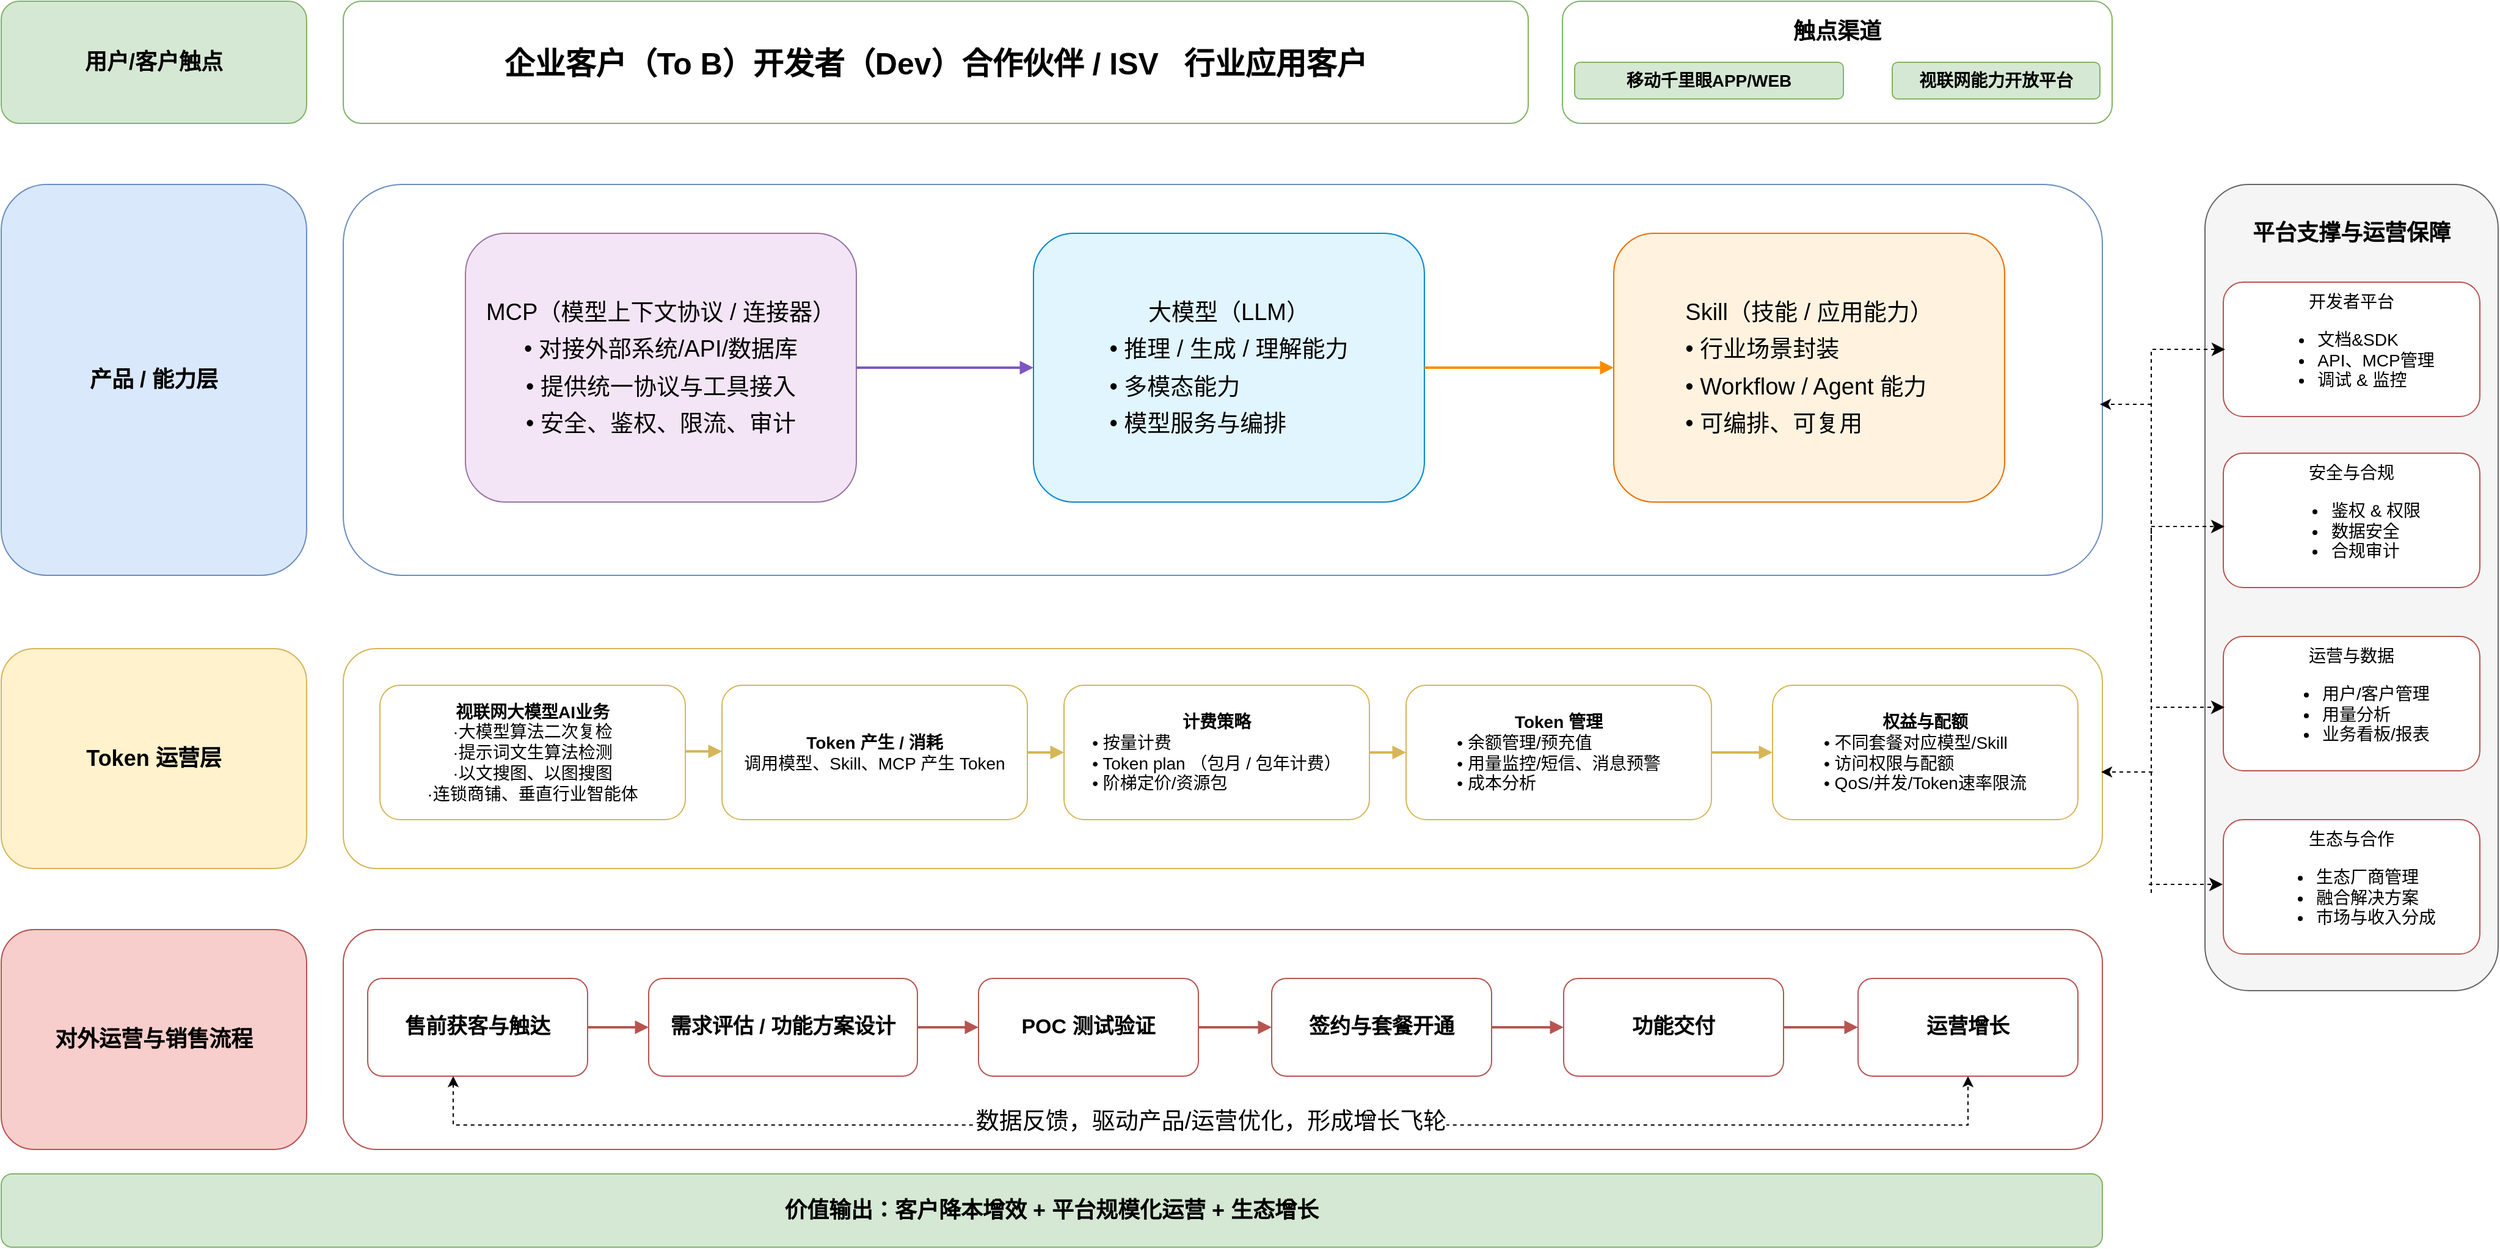
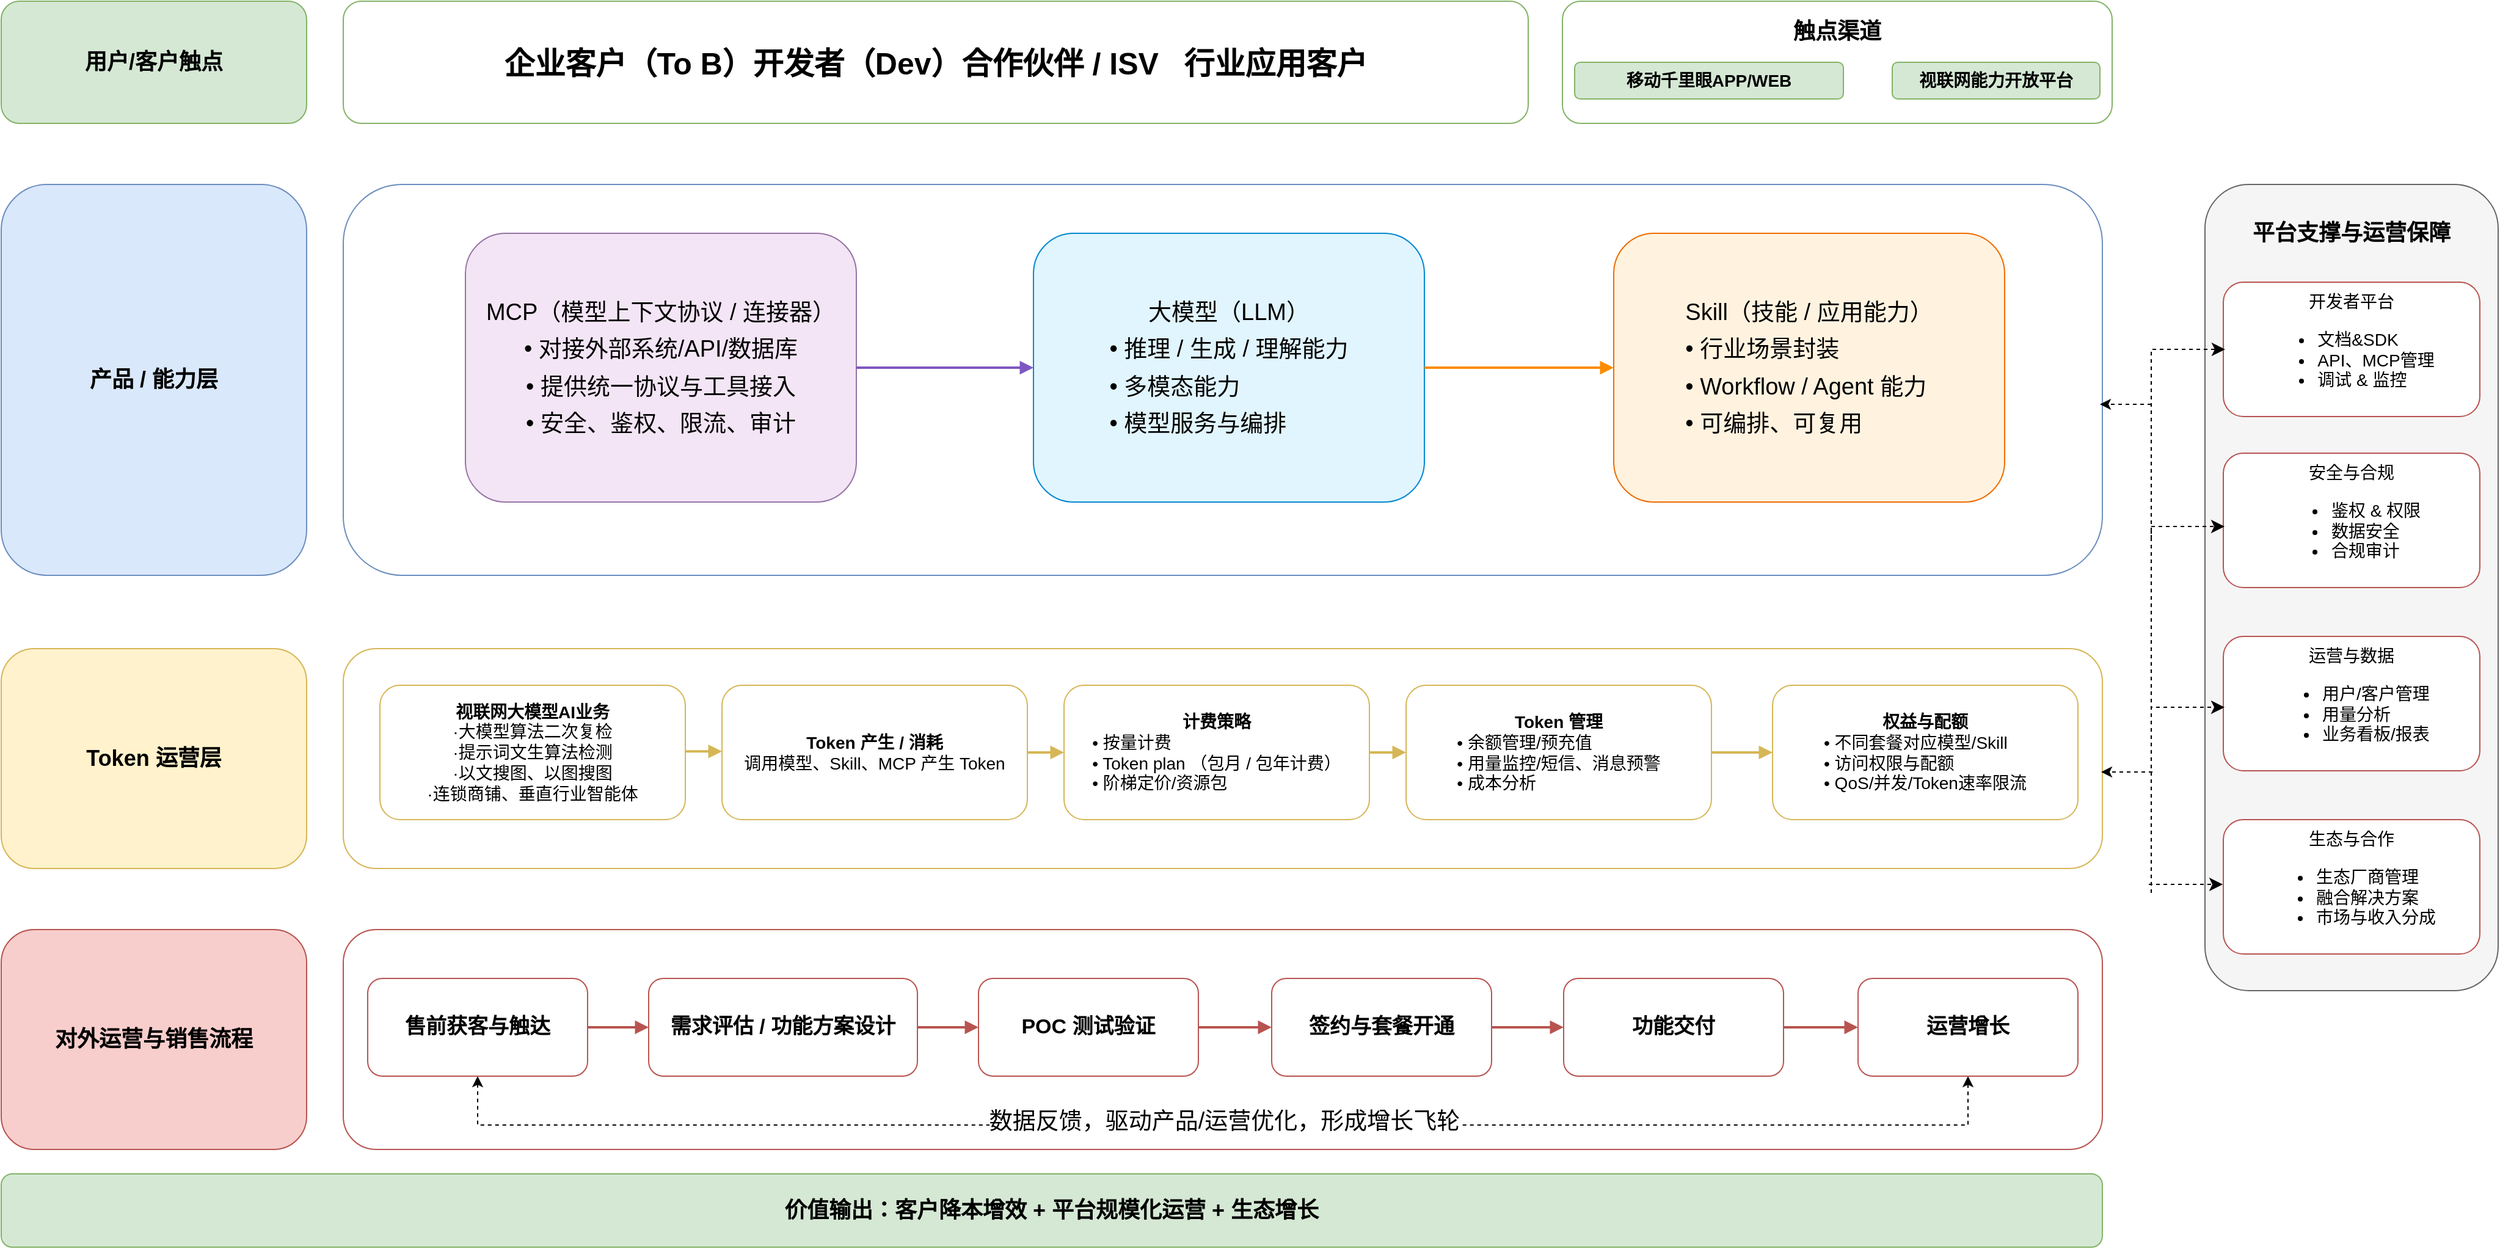
<mxfile host="app.diagrams.net">
  <diagram name="MCP大模型商务流转" id="UDxM76cfVOR6D9ppdF73">
-     <mxGraphModel dx="1612" dy="1075" grid="1" gridSize="10" guides="1" tooltips="1" connect="1" arrows="1" fold="1" page="1" pageScale="1" pageWidth="827" pageHeight="1169" math="0" shadow="0">
+     <mxGraphModel dx="1289" dy="860" grid="1" gridSize="10" guides="1" tooltips="1" connect="1" arrows="1" fold="1" page="1" pageScale="1" pageWidth="827" pageHeight="1169" math="0" shadow="0">
      <root>
        <mxCell id="0" />
        <mxCell id="1" parent="0" />
        <mxCell id="VZcFJSxwiNmP-2cIDY44-40" parent="1" style="rounded=1;whiteSpace=wrap;html=1;fillColor=#ffffff;strokeColor=#82b366;fontSize=15;" value="" vertex="1">
          <mxGeometry height="100" width="450" x="1318" y="90" as="geometry" />
        </mxCell>
        <mxCell id="VZcFJSxwiNmP-2cIDY44-36" parent="1" style="rounded=1;whiteSpace=wrap;html=1;fillColor=none;strokeColor=#6c8ebf;fontSize=18;fontStyle=1;" value="" vertex="1">
          <mxGeometry height="320" width="1440" x="320" y="240" as="geometry" />
        </mxCell>
        <mxCell id="VZcFJSxwiNmP-2cIDY44-37" parent="1" style="rounded=1;whiteSpace=wrap;html=1;fillColor=none;strokeColor=#d6b656;fontSize=18;fontStyle=1;" value="" vertex="1">
          <mxGeometry height="180" width="1440" x="320" y="620" as="geometry" />
        </mxCell>
        <mxCell id="VZcFJSxwiNmP-2cIDY44-38" parent="1" style="rounded=1;whiteSpace=wrap;html=1;fillColor=none;strokeColor=#b85450;fontSize=18;fontStyle=1;" value="" vertex="1">
          <mxGeometry height="180" width="1440" x="320" y="850" as="geometry" />
        </mxCell>
        <mxCell id="VZcFJSxwiNmP-2cIDY44-2" parent="1" style="rounded=1;whiteSpace=wrap;html=1;fillColor=#d5e8d4;strokeColor=#82b366;fontSize=18;fontStyle=1;" value="用户/客户触点" vertex="1">
          <mxGeometry height="100" width="250" x="40" y="90" as="geometry" />
        </mxCell>
        <mxCell id="VZcFJSxwiNmP-2cIDY44-3" parent="1" style="rounded=1;whiteSpace=wrap;html=1;fillColor=#ffffff;strokeColor=#82b366;fontSize=15;" value="&lt;b&gt;&lt;font style=&quot;font-size: 25px;&quot;&gt;企业客户（To B）开发者（Dev）合作伙伴 / ISV&amp;nbsp; &amp;nbsp;行业应用客户&lt;/font&gt;&lt;/b&gt;" vertex="1">
          <mxGeometry height="100" width="970" x="320" y="90" as="geometry" />
        </mxCell>
        <mxCell id="VZcFJSxwiNmP-2cIDY44-4" parent="1" style="rounded=1;whiteSpace=wrap;html=1;fillColor=#dae8fc;strokeColor=#6c8ebf;fontSize=18;fontStyle=1;" value="产品 / 能力层" vertex="1">
          <mxGeometry height="320" width="250" x="40" y="240" as="geometry" />
        </mxCell>
        <mxCell id="VZcFJSxwiNmP-2cIDY44-5" parent="1" style="rounded=1;whiteSpace=wrap;html=1;fillColor=#f3e5f5;strokeColor=#9673a6;fontSize=19;" value="&lt;div style=&quot;line-height: 160%;&quot;&gt;MCP（模型上下文协议 / 连接器）&lt;br&gt;• 对接外部系统/API/数据库&lt;br&gt;• 提供统一协议与工具接入&lt;br&gt;• 安全、鉴权、限流、审计&lt;/div&gt;" vertex="1">
          <mxGeometry height="220" width="320" x="420" y="280" as="geometry" />
        </mxCell>
        <mxCell id="VZcFJSxwiNmP-2cIDY44-6" parent="1" style="rounded=1;whiteSpace=wrap;html=1;fillColor=#e1f5fe;strokeColor=#0288d1;fontSize=19;" value="&lt;div style=&quot;line-height: 160%;&quot;&gt;大模型（LLM）&lt;br&gt;&lt;div style=&quot;text-align: left;&quot;&gt;&lt;span style=&quot;background-color: transparent; color: light-dark(rgb(0, 0, 0), rgb(255, 255, 255));&quot;&gt;• 推理 / 生成 / 理解能力&lt;/span&gt;&lt;/div&gt;&lt;div style=&quot;text-align: left;&quot;&gt;&lt;span style=&quot;background-color: transparent; color: light-dark(rgb(0, 0, 0), rgb(255, 255, 255));&quot;&gt;• 多模态能力&lt;/span&gt;&lt;/div&gt;&lt;div style=&quot;text-align: left;&quot;&gt;&lt;span style=&quot;background-color: transparent; color: light-dark(rgb(0, 0, 0), rgb(255, 255, 255));&quot;&gt;• 模型服务与编排&lt;/span&gt;&lt;/div&gt;&lt;/div&gt;" vertex="1">
          <mxGeometry height="220" width="320" x="885" y="280" as="geometry" />
        </mxCell>
        <mxCell id="VZcFJSxwiNmP-2cIDY44-7" parent="1" style="rounded=1;whiteSpace=wrap;html=1;fillColor=#fff3e0;strokeColor=#ef6c00;fontSize=19;" value="&lt;div style=&quot;line-height: 160%;&quot;&gt;Skill（技能 / 应用能力）&lt;br&gt;&lt;div style=&quot;text-align: left;&quot;&gt;&lt;span style=&quot;background-color: transparent; color: light-dark(rgb(0, 0, 0), rgb(255, 255, 255));&quot;&gt;• 行业场景封装&lt;/span&gt;&lt;/div&gt;&lt;div style=&quot;text-align: left;&quot;&gt;&lt;span style=&quot;background-color: transparent; color: light-dark(rgb(0, 0, 0), rgb(255, 255, 255));&quot;&gt;• Workflow / Agent 能力&lt;/span&gt;&lt;/div&gt;&lt;div style=&quot;text-align: left;&quot;&gt;&lt;span style=&quot;background-color: transparent; color: light-dark(rgb(0, 0, 0), rgb(255, 255, 255));&quot;&gt;• 可编排、可复用&lt;/span&gt;&lt;/div&gt;&lt;/div&gt;" vertex="1">
          <mxGeometry height="220" width="320" x="1360" y="280" as="geometry" />
        </mxCell>
        <mxCell id="VZcFJSxwiNmP-2cIDY44-8" edge="1" parent="1" source="VZcFJSxwiNmP-2cIDY44-5" style="endArrow=block;strokeWidth=2;strokeColor=#7e57c2;" target="VZcFJSxwiNmP-2cIDY44-6">
          <mxGeometry relative="1" as="geometry" />
        </mxCell>
        <mxCell id="VZcFJSxwiNmP-2cIDY44-9" edge="1" parent="1" source="VZcFJSxwiNmP-2cIDY44-6" style="endArrow=block;strokeWidth=2;strokeColor=#fb8c00;" target="VZcFJSxwiNmP-2cIDY44-7">
          <mxGeometry relative="1" as="geometry" />
        </mxCell>
        <mxCell id="VZcFJSxwiNmP-2cIDY44-10" parent="1" style="rounded=1;whiteSpace=wrap;html=1;fillColor=#fff2cc;strokeColor=#d6b656;fontSize=18;fontStyle=1;" value="Token 运营层" vertex="1">
          <mxGeometry height="180" width="250" x="40" y="620" as="geometry" />
        </mxCell>
        <mxCell id="VZcFJSxwiNmP-2cIDY44-11" parent="1" style="rounded=1;whiteSpace=wrap;html=1;fillColor=#ffffff;strokeColor=#d6b656;fontSize=14;" value="&lt;b&gt;Token 产生 / 消耗&lt;/b&gt;&lt;br&gt;调用模型、Skill、MCP 产生 Token" vertex="1">
          <mxGeometry height="110" width="250" x="630" y="650" as="geometry" />
        </mxCell>
        <mxCell id="VZcFJSxwiNmP-2cIDY44-12" parent="1" style="rounded=1;whiteSpace=wrap;html=1;fillColor=#ffffff;strokeColor=#d6b656;fontSize=14;" value="&lt;b&gt;计费策略&lt;/b&gt;&lt;br&gt;&lt;div style=&quot;text-align: left;&quot;&gt;&lt;span style=&quot;background-color: transparent; color: light-dark(rgb(0, 0, 0), rgb(255, 255, 255));&quot;&gt;• 按量计费&lt;/span&gt;&lt;/div&gt;&lt;div style=&quot;text-align: left;&quot;&gt;&lt;span style=&quot;background-color: transparent; color: light-dark(rgb(0, 0, 0), rgb(255, 255, 255));&quot;&gt;• Token plan （包月 / 包年计费）&lt;/span&gt;&lt;/div&gt;&lt;div style=&quot;text-align: left;&quot;&gt;&lt;span style=&quot;background-color: transparent; color: light-dark(rgb(0, 0, 0), rgb(255, 255, 255));&quot;&gt;• 阶梯定价/资源包&lt;/span&gt;&lt;/div&gt;" vertex="1">
          <mxGeometry height="110" width="250" x="910" y="650" as="geometry" />
        </mxCell>
        <mxCell id="VZcFJSxwiNmP-2cIDY44-13" parent="1" style="rounded=1;whiteSpace=wrap;html=1;fillColor=#ffffff;strokeColor=#d6b656;fontSize=14;" value="&lt;b&gt;Token 管理&lt;/b&gt;&lt;br&gt;&lt;div style=&quot;text-align: left;&quot;&gt;&lt;span style=&quot;background-color: transparent; color: light-dark(rgb(0, 0, 0), rgb(255, 255, 255));&quot;&gt;• 余额管理/预充值&lt;/span&gt;&lt;/div&gt;&lt;div style=&quot;text-align: left;&quot;&gt;&lt;span style=&quot;background-color: transparent; color: light-dark(rgb(0, 0, 0), rgb(255, 255, 255));&quot;&gt;• 用量监控/短信、消息预警&lt;/span&gt;&lt;/div&gt;&lt;div style=&quot;text-align: left;&quot;&gt;&lt;span style=&quot;background-color: transparent; color: light-dark(rgb(0, 0, 0), rgb(255, 255, 255));&quot;&gt;• 成本分析&lt;/span&gt;&lt;/div&gt;" vertex="1">
          <mxGeometry height="110" width="250" x="1190" y="650" as="geometry" />
        </mxCell>
        <mxCell id="VZcFJSxwiNmP-2cIDY44-14" parent="1" style="rounded=1;whiteSpace=wrap;html=1;fillColor=#ffffff;strokeColor=#d6b656;fontSize=14;" value="&lt;b&gt;权益与配额&lt;/b&gt;&lt;br&gt;&lt;div style=&quot;text-align: left;&quot;&gt;&lt;span style=&quot;background-color: transparent; color: light-dark(rgb(0, 0, 0), rgb(255, 255, 255));&quot;&gt;• 不同套餐对应模型/Skill&lt;/span&gt;&lt;/div&gt;&lt;div style=&quot;text-align: left;&quot;&gt;&lt;span style=&quot;background-color: transparent; color: light-dark(rgb(0, 0, 0), rgb(255, 255, 255));&quot;&gt;• 访问权限与配额&lt;/span&gt;&lt;/div&gt;&lt;div style=&quot;text-align: left;&quot;&gt;&lt;span style=&quot;background-color: transparent; color: light-dark(rgb(0, 0, 0), rgb(255, 255, 255));&quot;&gt;• QoS/并发/Token速率限流&lt;/span&gt;&lt;/div&gt;" vertex="1">
          <mxGeometry height="110" width="250" x="1490" y="650" as="geometry" />
        </mxCell>
        <mxCell id="VZcFJSxwiNmP-2cIDY44-15" edge="1" parent="1" source="VZcFJSxwiNmP-2cIDY44-11" style="endArrow=block;strokeWidth=2;strokeColor=#d6b656;" target="VZcFJSxwiNmP-2cIDY44-12">
          <mxGeometry relative="1" as="geometry" />
        </mxCell>
        <mxCell id="VZcFJSxwiNmP-2cIDY44-16" edge="1" parent="1" source="VZcFJSxwiNmP-2cIDY44-12" style="endArrow=block;strokeWidth=2;strokeColor=#d6b656;" target="VZcFJSxwiNmP-2cIDY44-13">
          <mxGeometry relative="1" as="geometry" />
        </mxCell>
        <mxCell id="VZcFJSxwiNmP-2cIDY44-17" edge="1" parent="1" source="VZcFJSxwiNmP-2cIDY44-13" style="endArrow=block;strokeWidth=2;strokeColor=#d6b656;" target="VZcFJSxwiNmP-2cIDY44-14">
          <mxGeometry relative="1" as="geometry" />
        </mxCell>
        <mxCell id="VZcFJSxwiNmP-2cIDY44-18" parent="1" style="rounded=1;whiteSpace=wrap;html=1;fillColor=#f8cecc;strokeColor=#b85450;fontSize=18;fontStyle=1;" value="对外运营与销售流程" vertex="1">
          <mxGeometry height="180" width="250" x="40" y="850" as="geometry" />
        </mxCell>
        <mxCell id="VZcFJSxwiNmP-2cIDY44-32" edge="1" parent="1" source="VZcFJSxwiNmP-2cIDY44-19" style="edgeStyle=orthogonalEdgeStyle;rounded=0;orthogonalLoop=1;jettySize=auto;html=1;entryX=0.5;entryY=1;entryDx=0;entryDy=0;dashed=1;startArrow=classic;startFill=1;" target="VZcFJSxwiNmP-2cIDY44-24">
          <mxGeometry relative="1" as="geometry">
            <Array as="points">
-               <mxPoint x="410" y="1010" />
+               <mxPoint x="430" y="1010" />
              <mxPoint x="1650" y="1010" />
            </Array>
          </mxGeometry>
        </mxCell>
        <mxCell id="VZcFJSxwiNmP-2cIDY44-33" connectable="0" parent="VZcFJSxwiNmP-2cIDY44-32" style="edgeLabel;html=1;align=center;verticalAlign=middle;resizable=0;points=[];fontSize=19;" value="数据反馈，驱动产品/运营优化，形成增长飞轮" vertex="1">
          <mxGeometry relative="1" x="-0.1199" y="-4" as="geometry">
            <mxPoint x="79" y="-7" as="offset" />
          </mxGeometry>
        </mxCell>
        <mxCell id="VZcFJSxwiNmP-2cIDY44-19" parent="1" style="rounded=1;whiteSpace=wrap;html=1;fillColor=#ffffff;strokeColor=#b85450;fontSize=14;" value="&lt;b&gt;&lt;font style=&quot;font-size: 17px;&quot;&gt;售前获客与触达&lt;/font&gt;&lt;/b&gt;" vertex="1">
          <mxGeometry height="80" width="180" x="340" y="890" as="geometry" />
        </mxCell>
        <mxCell id="VZcFJSxwiNmP-2cIDY44-20" parent="1" style="rounded=1;whiteSpace=wrap;html=1;fillColor=#ffffff;strokeColor=#b85450;fontSize=14;" value="&lt;b&gt;&lt;font style=&quot;font-size: 17px;&quot;&gt;需求评估 / 功能方案设计&lt;/font&gt;&lt;/b&gt;" vertex="1">
          <mxGeometry height="80" width="220" x="570" y="890" as="geometry" />
        </mxCell>
        <mxCell id="VZcFJSxwiNmP-2cIDY44-21" parent="1" style="rounded=1;whiteSpace=wrap;html=1;fillColor=#ffffff;strokeColor=#b85450;fontSize=14;" value="&lt;font style=&quot;font-size: 17px;&quot;&gt;&lt;b&gt;POC 测试验证&lt;/b&gt;&lt;/font&gt;" vertex="1">
          <mxGeometry height="80" width="180" x="840" y="890" as="geometry" />
        </mxCell>
        <mxCell id="VZcFJSxwiNmP-2cIDY44-22" parent="1" style="rounded=1;whiteSpace=wrap;html=1;fillColor=#ffffff;strokeColor=#b85450;fontSize=14;" value="&lt;font style=&quot;font-size: 17px;&quot;&gt;&lt;b&gt;签约与套餐开通&lt;/b&gt;&lt;/font&gt;" vertex="1">
          <mxGeometry height="80" width="180" x="1080" y="890" as="geometry" />
        </mxCell>
        <mxCell id="VZcFJSxwiNmP-2cIDY44-23" parent="1" style="rounded=1;whiteSpace=wrap;html=1;fillColor=#ffffff;strokeColor=#b85450;fontSize=14;" value="&lt;b&gt;&lt;font style=&quot;font-size: 17px;&quot;&gt;功能交付&lt;/font&gt;&lt;/b&gt;" vertex="1">
          <mxGeometry height="80" width="180" x="1319" y="890" as="geometry" />
        </mxCell>
        <mxCell id="VZcFJSxwiNmP-2cIDY44-24" parent="1" style="rounded=1;whiteSpace=wrap;html=1;fillColor=#ffffff;strokeColor=#b85450;fontSize=14;" value="&lt;font style=&quot;font-size: 17px;&quot;&gt;&lt;b&gt;运营增长&lt;/b&gt;&lt;/font&gt;" vertex="1">
          <mxGeometry height="80" width="180" x="1560" y="890" as="geometry" />
        </mxCell>
        <mxCell id="VZcFJSxwiNmP-2cIDY44-25" edge="1" parent="1" source="VZcFJSxwiNmP-2cIDY44-19" style="endArrow=block;strokeWidth=2;strokeColor=#b85450;" target="VZcFJSxwiNmP-2cIDY44-20">
          <mxGeometry relative="1" as="geometry" />
        </mxCell>
        <mxCell id="VZcFJSxwiNmP-2cIDY44-26" edge="1" parent="1" source="VZcFJSxwiNmP-2cIDY44-20" style="endArrow=block;strokeWidth=2;strokeColor=#b85450;" target="VZcFJSxwiNmP-2cIDY44-21">
          <mxGeometry relative="1" as="geometry" />
        </mxCell>
        <mxCell id="VZcFJSxwiNmP-2cIDY44-27" edge="1" parent="1" source="VZcFJSxwiNmP-2cIDY44-21" style="endArrow=block;strokeWidth=2;strokeColor=#b85450;" target="VZcFJSxwiNmP-2cIDY44-22">
          <mxGeometry relative="1" as="geometry" />
        </mxCell>
        <mxCell id="VZcFJSxwiNmP-2cIDY44-28" edge="1" parent="1" source="VZcFJSxwiNmP-2cIDY44-22" style="endArrow=block;strokeWidth=2;strokeColor=#b85450;" target="VZcFJSxwiNmP-2cIDY44-23">
          <mxGeometry relative="1" as="geometry" />
        </mxCell>
        <mxCell id="VZcFJSxwiNmP-2cIDY44-29" edge="1" parent="1" source="VZcFJSxwiNmP-2cIDY44-23" style="endArrow=block;strokeWidth=2;strokeColor=#b85450;" target="VZcFJSxwiNmP-2cIDY44-24">
          <mxGeometry relative="1" as="geometry" />
        </mxCell>
        <mxCell id="VZcFJSxwiNmP-2cIDY44-30" parent="1" style="rounded=1;whiteSpace=wrap;html=1;fillColor=#f5f5f5;strokeColor=#666666;fontSize=15;" value="" vertex="1">
          <mxGeometry height="660" width="240" x="1844" y="240" as="geometry" />
        </mxCell>
        <mxCell id="VZcFJSxwiNmP-2cIDY44-31" parent="1" style="rounded=1;whiteSpace=wrap;html=1;fillColor=#d5e8d4;strokeColor=#82b366;fontSize=18;fontStyle=1;align=center;" value="价值输出：客户降本增效 + 平台规模化运营 + 生态增长" vertex="1">
          <mxGeometry height="60" width="1720" x="40" y="1050" as="geometry" />
        </mxCell>
        <mxCell id="VZcFJSxwiNmP-2cIDY44-34" parent="1" style="text;html=1;whiteSpace=wrap;strokeColor=none;fillColor=none;align=center;verticalAlign=middle;rounded=0;fontSize=18;fontStyle=1" value="触点渠道" vertex="1">
          <mxGeometry height="30" width="450" x="1318" y="100" as="geometry" />
        </mxCell>
        <mxCell id="VZcFJSxwiNmP-2cIDY44-41" parent="1" style="rounded=1;whiteSpace=wrap;html=1;fillColor=#d5e8d4;strokeColor=#82b366;fontSize=14;fontStyle=1;" value="移动千里眼APP/WEB" vertex="1">
          <mxGeometry height="30" width="220" x="1328" y="140" as="geometry" />
        </mxCell>
        <mxCell id="VZcFJSxwiNmP-2cIDY44-42" parent="1" style="rounded=1;whiteSpace=wrap;html=1;fillColor=#d5e8d4;strokeColor=#82b366;fontSize=14;fontStyle=1;" value="视联网能力开放平台" vertex="1">
          <mxGeometry height="30" width="170" x="1588" y="140" as="geometry" />
        </mxCell>
        <mxCell id="VZcFJSxwiNmP-2cIDY44-46" parent="1" style="rounded=1;whiteSpace=wrap;html=1;fillColor=#ffffff;strokeColor=#d6b656;fontSize=14;align=center;" value="&lt;b&gt;视联网大模型AI业务&lt;/b&gt;&lt;div&gt;&lt;span style=&quot;background-color: transparent; color: light-dark(rgb(0, 0, 0), rgb(255, 255, 255));&quot;&gt;·大模型算法二次复检&lt;/span&gt;&lt;br&gt;&lt;span style=&quot;background-color: transparent; color: light-dark(rgb(0, 0, 0), rgb(255, 255, 255));&quot;&gt;·提示词文生算法检测&lt;/span&gt;&lt;br&gt;&lt;span style=&quot;background-color: transparent; color: light-dark(rgb(0, 0, 0), rgb(255, 255, 255));&quot;&gt;·以文搜图、以图搜图&lt;/span&gt;&lt;/div&gt;&lt;div&gt;&lt;span style=&quot;background-color: transparent; color: light-dark(rgb(0, 0, 0), rgb(255, 255, 255));&quot;&gt;·连锁商铺、垂直行业智能体&lt;/span&gt;&lt;/div&gt;" vertex="1">
          <mxGeometry height="110" width="250" x="350" y="650" as="geometry" />
        </mxCell>
        <mxCell id="VZcFJSxwiNmP-2cIDY44-47" edge="1" parent="1" style="endArrow=block;strokeWidth=2;strokeColor=#d6b656;">
          <mxGeometry relative="1" as="geometry">
            <mxPoint x="600" y="704.17" as="sourcePoint" />
            <mxPoint x="630" y="704.17" as="targetPoint" />
          </mxGeometry>
        </mxCell>
        <mxCell id="VZcFJSxwiNmP-2cIDY44-48" parent="1" style="text;html=1;whiteSpace=wrap;strokeColor=none;fillColor=none;align=center;verticalAlign=middle;rounded=0;" value="&lt;font style=&quot;font-size: 18px;&quot;&gt;&lt;b&gt;平台支撑与运营保障&lt;/b&gt;&lt;/font&gt;" vertex="1">
          <mxGeometry height="80" width="210" x="1859" y="240" as="geometry" />
        </mxCell>
        <mxCell id="VZcFJSxwiNmP-2cIDY44-50" parent="1" style="rounded=1;whiteSpace=wrap;html=1;fillColor=#ffffff;strokeColor=#b85450;fontSize=14;" value="开发者平台&lt;div style=&quot;text-align: left;&quot;&gt;&lt;ul&gt;&lt;li&gt;文档&amp;amp;SDK&lt;/li&gt;&lt;li&gt;&lt;span style=&quot;background-color: transparent; color: light-dark(rgb(0, 0, 0), rgb(255, 255, 255));&quot;&gt;API、MCP管理&lt;/span&gt;&lt;/li&gt;&lt;li&gt;&lt;span style=&quot;background-color: transparent; color: light-dark(rgb(0, 0, 0), rgb(255, 255, 255));&quot;&gt;调试 &amp;amp; 监控&lt;/span&gt;&lt;/li&gt;&lt;/ul&gt;&lt;/div&gt;" vertex="1">
          <mxGeometry height="110" width="210" x="1859" y="320" as="geometry" />
        </mxCell>
        <mxCell id="VZcFJSxwiNmP-2cIDY44-51" parent="1" style="rounded=1;whiteSpace=wrap;html=1;fillColor=#ffffff;strokeColor=#b85450;fontSize=14;" value="安全与合规&lt;br&gt;&lt;div style=&quot;text-align: left;&quot;&gt;&lt;ul&gt;&lt;li&gt;鉴权 &amp;amp; 权限&lt;/li&gt;&lt;li&gt;数据安全&lt;/li&gt;&lt;li&gt;合规审计&lt;/li&gt;&lt;/ul&gt;&lt;/div&gt;" vertex="1">
          <mxGeometry height="110" width="210" x="1859" y="460" as="geometry" />
        </mxCell>
        <mxCell id="VZcFJSxwiNmP-2cIDY44-52" parent="1" style="rounded=1;whiteSpace=wrap;html=1;fillColor=#ffffff;strokeColor=#b85450;fontSize=14;" value="运营与数据&lt;br&gt;&lt;div style=&quot;text-align: left;&quot;&gt;&lt;ul&gt;&lt;li&gt;用户/客户管理&lt;/li&gt;&lt;li&gt;用量分析&lt;/li&gt;&lt;li&gt;业务看板/报表&lt;/li&gt;&lt;/ul&gt;&lt;/div&gt;" vertex="1">
          <mxGeometry height="110" width="210" x="1859" y="610" as="geometry" />
        </mxCell>
        <mxCell id="VZcFJSxwiNmP-2cIDY44-53" parent="1" style="rounded=1;whiteSpace=wrap;html=1;fillColor=#ffffff;strokeColor=#b85450;fontSize=14;" value="生态与合作&lt;br&gt;&lt;div style=&quot;text-align: left;&quot;&gt;&lt;ul&gt;&lt;li&gt;生态厂商管理&lt;/li&gt;&lt;li&gt;融合解决方案&lt;/li&gt;&lt;li&gt;市场与收入分成&lt;/li&gt;&lt;/ul&gt;&lt;/div&gt;" vertex="1">
          <mxGeometry height="110" width="210" x="1859" y="760" as="geometry" />
        </mxCell>
        <mxCell id="VZcFJSxwiNmP-2cIDY44-60" edge="1" parent="1" style="edgeStyle=elbowEdgeStyle;elbow=vertical;endArrow=classic;html=1;curved=0;rounded=0;endSize=8;startSize=8;entryX=0.007;entryY=0.394;entryDx=0;entryDy=0;entryPerimeter=0;dashed=1;" value="">
          <mxGeometry height="50" relative="1" width="50" as="geometry">
            <Array as="points">
              <mxPoint x="1830" y="375" />
            </Array>
            <mxPoint x="1800" y="530" as="sourcePoint" />
            <mxPoint x="1860.4700000000003" y="375.34000000000015" as="targetPoint" />
          </mxGeometry>
        </mxCell>
        <mxCell id="VZcFJSxwiNmP-2cIDY44-61" edge="1" parent="1" style="edgeStyle=elbowEdgeStyle;elbow=vertical;endArrow=classic;html=1;curved=0;rounded=0;endSize=8;startSize=8;entryX=0.007;entryY=0.394;entryDx=0;entryDy=0;entryPerimeter=0;dashed=1;" value="">
          <mxGeometry height="50" relative="1" width="50" as="geometry">
            <Array as="points">
              <mxPoint x="1829.53" y="520" />
            </Array>
            <mxPoint x="1800" y="670" as="sourcePoint" />
            <mxPoint x="1860.0000000000002" y="520.3400000000001" as="targetPoint" />
          </mxGeometry>
        </mxCell>
        <mxCell id="VZcFJSxwiNmP-2cIDY44-62" edge="1" parent="1" style="edgeStyle=elbowEdgeStyle;elbow=vertical;endArrow=classic;html=1;curved=0;rounded=0;endSize=8;startSize=8;entryX=0.007;entryY=0.394;entryDx=0;entryDy=0;entryPerimeter=0;dashed=1;" value="">
          <mxGeometry height="50" relative="1" width="50" as="geometry">
            <Array as="points">
              <mxPoint x="1829.5300000000002" y="668" />
            </Array>
            <mxPoint x="1800" y="820" as="sourcePoint" />
            <mxPoint x="1860.0000000000005" y="668.3400000000001" as="targetPoint" />
          </mxGeometry>
        </mxCell>
        <mxCell id="VZcFJSxwiNmP-2cIDY44-63" edge="1" parent="1" style="edgeStyle=elbowEdgeStyle;elbow=vertical;endArrow=classic;html=1;curved=0;rounded=0;endSize=8;startSize=8;entryX=0.007;entryY=0.394;entryDx=0;entryDy=0;entryPerimeter=0;dashed=1;" value="">
          <mxGeometry height="50" relative="1" width="50" as="geometry">
            <Array as="points">
              <mxPoint x="1828.06" y="813" />
            </Array>
            <mxPoint x="1798" y="813" as="sourcePoint" />
            <mxPoint x="1858.5300000000002" y="813.3400000000001" as="targetPoint" />
          </mxGeometry>
        </mxCell>
        <mxCell id="VZcFJSxwiNmP-2cIDY44-64" edge="1" parent="1" style="endArrow=classic;html=1;rounded=0;entryX=0.831;entryY=0;entryDx=0;entryDy=0;entryPerimeter=0;dashed=1;" value="">
          <mxGeometry height="50" relative="1" width="50" as="geometry">
            <mxPoint x="1800" y="420" as="sourcePoint" />
            <mxPoint x="1758" y="420" as="targetPoint" />
          </mxGeometry>
        </mxCell>
        <mxCell id="VZcFJSxwiNmP-2cIDY44-65" edge="1" parent="1" style="endArrow=classic;html=1;rounded=0;entryX=0.831;entryY=0;entryDx=0;entryDy=0;entryPerimeter=0;dashed=1;" value="">
          <mxGeometry height="50" relative="1" width="50" as="geometry">
            <mxPoint x="1801" y="721" as="sourcePoint" />
            <mxPoint x="1759" y="721" as="targetPoint" />
          </mxGeometry>
        </mxCell>
      </root>
    </mxGraphModel>
  </diagram>
</mxfile>
